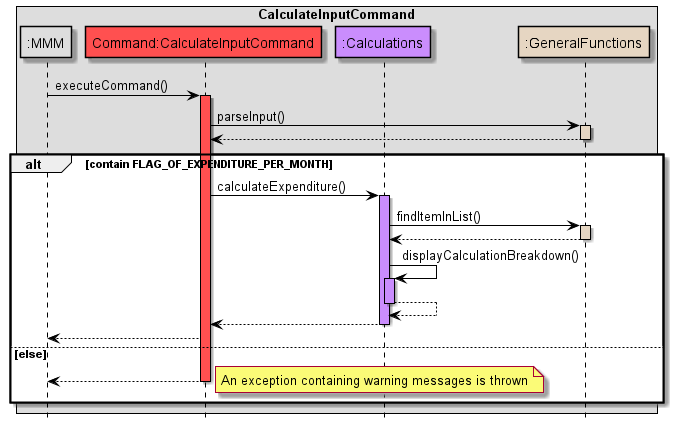
Earlier version of the PlantUML export docs/images/CalculateCommandSequenceDiagramFinal.png (nus-cs2113-AY2122S2/tp).
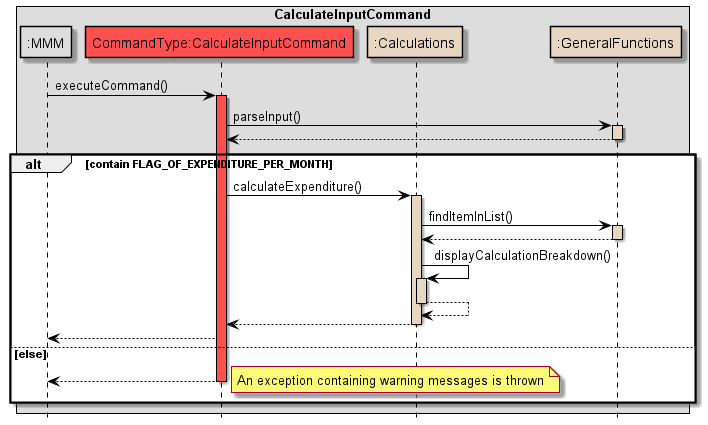
After the change.

Diff of the diagram source:
```diff
@@ -10,8 +10,8 @@
 
 box CalculateInputCommand
 participant ":MMM" as MMM MMM_COLOUR
-participant "Command:CalculateInputCommand" as CalculateInputCommand COMMANDS_COLOUR
-participant ":Calculations" as Calculations USERFINANCIAL_COLOUR
+participant "CommandType:CalculateInputCommand" as CalculateInputCommand COMMANDS_COLOUR
+participant ":Calculations" as Calculations HELPER_COLOUR
 participant ":GeneralFunctions" as GeneralFunctions  HELPER_COLOUR
 end box
 hide footbox
@@ -27,13 +27,13 @@
 
 alt contain FLAG_OF_EXPENDITURE_PER_MONTH
 CalculateInputCommand -> Calculations: calculateExpenditure()
-activate Calculations USERFINANCIAL_COLOUR
+activate Calculations HELPER_COLOUR
 Calculations -> GeneralFunctions: findItemInList()
 activate GeneralFunctions HELPER_COLOUR
 GeneralFunctions --> Calculations
 deactivate GeneralFunctions HELPER_COLOUR
 Calculations -> Calculations: displayCalculationBreakdown()
-activate Calculations USERFINANCIAL_COLOUR
+activate Calculations HELPER_COLOUR
 Calculations --> Calculations
 deactivate Calculations HELPER_COLOUR
 Calculations --> CalculateInputCommand
```
